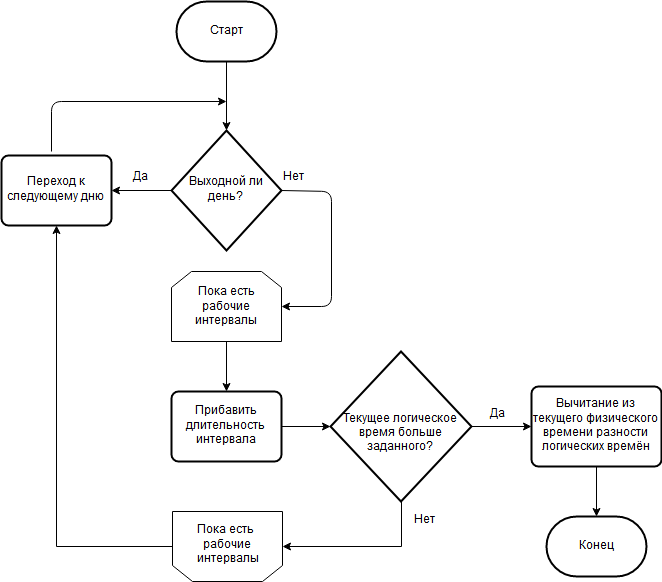
This is pics/scheduleSchema.png from BarneyXF/DiplodocusDeBulbasaur, a draw.io export, as it was before one commit. Source tidied: cells renumbered, new cells last; positions are measured from the earlier drawing's top-left corner, leaving out a move shared by most shapes.
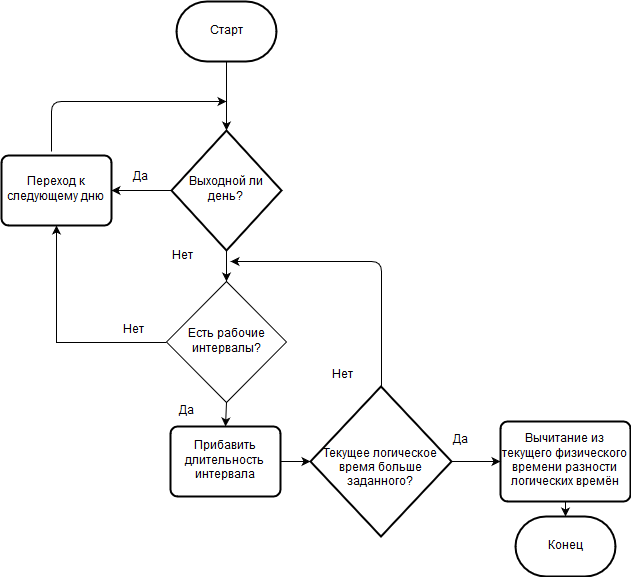
The same file after the commit.

The edit, as a diff of the source:
```diff
@@ -23,58 +23,33 @@
     <mxCell id="6" value="Да" style="text;html=1;align=left;verticalAlign=top;spacingTop=-4;" parent="1" vertex="1">
       <mxGeometry x="130" y="167" width="30" height="20" as="geometry" />
     </mxCell>
-    <mxCell id="7" style="endArrow=classic;html=1;exitX=1;exitY=0.5;exitDx=0;exitDy=0;exitPerimeter=0;entryX=1;entryY=0.5;entryDx=0;entryDy=0;" parent="1" edge="1" source="3" target="10">
-      <mxGeometry relative="1" as="geometry">
-        <Array as="points">
-          <mxPoint x="330" y="190" />
-          <mxPoint x="330" y="305" />
-        </Array>
-      </mxGeometry>
-    </mxCell>
     <mxCell id="8" value="Нет" style="text;html=1;align=left;verticalAlign=top;spacingTop=-4;" parent="1" vertex="1">
-      <mxGeometry x="280" y="167" width="40" height="20" as="geometry" />
+      <mxGeometry x="169" y="246" width="40" height="20" as="geometry" />
     </mxCell>
-    <mxCell id="9" style="edgeStyle=orthogonalEdgeStyle;rounded=0;jettySize=auto;html=1;exitX=0.5;exitY=1;exitDx=0;exitDy=0;entryX=0.5;entryY=0;entryDx=0;entryDy=0;" parent="1" edge="1" source="10" target="15">
-      <mxGeometry relative="1" as="geometry" />
-    </mxCell>
-    <mxCell id="10" value="Пока есть рабочие интервалы" style="shape=loopLimit;whiteSpace=wrap;html=1;" parent="1" vertex="1">
-      <mxGeometry x="170" y="270" width="110" height="70" as="geometry" />
-    </mxCell>
-    <mxCell id="11" style="edgeStyle=orthogonalEdgeStyle;rounded=0;jettySize=auto;html=1;exitX=0.5;exitY=1;exitDx=0;exitDy=0;exitPerimeter=0;entryX=0;entryY=0.5;entryDx=0;entryDy=0;" parent="1" edge="1" source="13" target="18">
-      <mxGeometry relative="1" as="geometry" />
-    </mxCell>
-    <mxCell id="12" style="edgeStyle=orthogonalEdgeStyle;rounded=0;jettySize=auto;html=1;exitX=1;exitY=0.5;exitDx=0;exitDy=0;exitPerimeter=0;" parent="1" edge="1" source="13" target="21">
-      <mxGeometry relative="1" as="geometry" />
-    </mxCell>
     <mxCell id="13" value="&lt;div&gt;&amp;nbsp;&lt;/div&gt;&lt;div&gt;Текущее логическое время больше заданного?&lt;/div&gt;" style="strokeWidth=2;html=1;shape=mxgraph.flowchart.decision;whiteSpace=wrap;" parent="1" vertex="1">
-      <mxGeometry x="329" y="350" width="141" height="150" as="geometry" />
+      <mxGeometry x="309" y="385" width="141" height="150" as="geometry" />
     </mxCell>
-    <mxCell id="14" style="edgeStyle=orthogonalEdgeStyle;rounded=0;jettySize=auto;html=1;exitX=1;exitY=0.5;exitDx=0;exitDy=0;entryX=0;entryY=0.5;entryDx=0;entryDy=0;entryPerimeter=0;" parent="1" edge="1" source="15" target="13">
-      <mxGeometry relative="1" as="geometry" />
-    </mxCell>
     <mxCell id="15" value="Прибавить длительность интервала" style="rounded=1;whiteSpace=wrap;html=1;absoluteArcSize=1;arcSize=14;strokeWidth=2;" parent="1" vertex="1">
-      <mxGeometry x="170" y="390" width="110" height="70" as="geometry" />
+      <mxGeometry x="169" y="425" width="110" height="70" as="geometry" />
     </mxCell>
     <mxCell id="16" value="Нет" style="text;html=1;align=left;verticalAlign=top;spacingTop=-4;" parent="1" vertex="1">
-      <mxGeometry x="411" y="510" width="40" height="20" as="geometry" />
+      <mxGeometry x="329" y="365" width="40" height="20" as="geometry" />
     </mxCell>
-    <mxCell id="17" style="edgeStyle=orthogonalEdgeStyle;rounded=0;jettySize=auto;html=1;exitX=1;exitY=0.5;exitDx=0;exitDy=0;entryX=0.5;entryY=1;entryDx=0;entryDy=0;" parent="1" edge="1" source="18" target="20">
-      <mxGeometry relative="1" as="geometry" />
+    <mxCell id="17" style="edgeStyle=orthogonalEdgeStyle;rounded=0;jettySize=auto;html=1;exitX=0;exitY=0.5;exitDx=0;exitDy=0;entryX=0.5;entryY=1;entryDx=0;entryDy=0;" parent="1" edge="1" source="27" target="20">
+      <mxGeometry relative="1" as="geometry">
+        <Array as="points">
+          <mxPoint x="55" y="341" />
+        </Array>
+      </mxGeometry>
     </mxCell>
-    <mxCell id="18" style="shape=loopLimit;whiteSpace=wrap;html=1;rotation=180;" parent="1" vertex="1">
-      <mxGeometry x="171" y="510" width="110" height="70" as="geometry" />
-    </mxCell>
-    <mxCell id="19" value="&lt;div&gt;Пока есть&lt;/div&gt;&lt;div&gt;&amp;nbsp; рабочие&lt;/div&gt;&lt;div&gt; интервалы&lt;/div&gt;" style="text;html=1;align=left;verticalAlign=top;spacingTop=-4;" parent="1" vertex="1">
-      <mxGeometry x="194" y="520" width="80" height="40" as="geometry" />
-    </mxCell>
     <mxCell id="20" value="Переход к следующему дню" style="rounded=1;whiteSpace=wrap;html=1;absoluteArcSize=1;arcSize=14;strokeWidth=2;" parent="1" vertex="1">
       <mxGeometry y="154" width="110" height="70" as="geometry" />
     </mxCell>
     <mxCell id="21" value="Вычитание из текущего физического времени разности логических времён" style="rounded=1;whiteSpace=wrap;html=1;absoluteArcSize=1;arcSize=14;strokeWidth=2;" parent="1" vertex="1">
-      <mxGeometry x="530" y="385" width="130" height="80" as="geometry" />
+      <mxGeometry x="499" y="420" width="130" height="80" as="geometry" />
     </mxCell>
     <mxCell id="22" value="Да" style="text;html=1;align=left;verticalAlign=top;spacingTop=-4;" parent="1" vertex="1">
-      <mxGeometry x="487" y="404" width="30" height="20" as="geometry" />
+      <mxGeometry x="450" y="430" width="30" height="20" as="geometry" />
     </mxCell>
     <mxCell id="23" style="edgeStyle=orthogonalEdgeStyle;rounded=0;jettySize=auto;html=1;" parent="1" edge="1" source="24" target="3">
       <mxGeometry relative="1" as="geometry" />
@@ -83,7 +58,36 @@
       <mxGeometry x="175" width="100" height="60" as="geometry" />
     </mxCell>
     <mxCell id="25" value="Конец" style="strokeWidth=2;html=1;shape=mxgraph.flowchart.terminator;whiteSpace=wrap;" parent="1" vertex="1">
-      <mxGeometry x="545" y="515" width="100" height="60" as="geometry" />
+      <mxGeometry x="514" y="515" width="100" height="60" as="geometry" />
     </mxCell>
+    <mxCell id="26" style="endArrow=classic;html=1;exitX=0.5;exitY=1;exitDx=0;exitDy=0;entryX=0.5;entryY=0;entryDx=0;entryDy=0;" parent="1" edge="1" source="27" target="15">
+      <mxGeometry relative="1" as="geometry" />
+    </mxCell>
+    <mxCell id="27" value="Есть рабочие интервалы?" style="rhombus;whiteSpace=wrap;html=1;" parent="1" vertex="1">
+      <mxGeometry x="165" y="280" width="120" height="121" as="geometry" />
+    </mxCell>
+    <mxCell id="28" style="endArrow=classic;html=1;exitX=0.5;exitY=1;exitDx=0;exitDy=0;exitPerimeter=0;entryX=0.5;entryY=0;entryDx=0;entryDy=0;" parent="1" edge="1" source="3" target="27">
+      <mxGeometry relative="1" as="geometry" />
+    </mxCell>
+    <mxCell id="29" value="Нет" style="text;html=1;align=left;verticalAlign=top;spacingTop=-4;" parent="1" vertex="1">
+      <mxGeometry x="120" y="320" width="40" height="20" as="geometry" />
+    </mxCell>
+    <mxCell id="30" value="Да" style="text;html=1;align=left;verticalAlign=top;spacingTop=-4;" parent="1" vertex="1">
+      <mxGeometry x="176" y="401" width="30" height="20" as="geometry" />
+    </mxCell>
+    <mxCell id="14" style="endArrow=classic;html=1;exitX=1;exitY=0.5;exitDx=0;exitDy=0;entryX=0;entryY=0.5;entryDx=0;entryDy=0;entryPerimeter=0;" parent="1" edge="1" source="15" target="13">
+      <mxGeometry relative="1" as="geometry" />
+    </mxCell>
+    <mxCell id="31" style="endArrow=classic;html=1;exitX=0.5;exitY=0;exitDx=0;exitDy=0;exitPerimeter=0;" parent="1" edge="1" source="13">
+      <mxGeometry relative="1" as="geometry">
+        <mxPoint x="229" y="260" as="targetPoint" />
+        <Array as="points">
+          <mxPoint x="380" y="260" />
+        </Array>
+      </mxGeometry>
+    </mxCell>
+    <mxCell id="12" style="endArrow=classic;html=1;exitX=1;exitY=0.5;exitDx=0;exitDy=0;exitPerimeter=0;entryX=0;entryY=0.5;entryDx=0;entryDy=0;" parent="1" edge="1" source="13" target="21">
+      <mxGeometry relative="1" as="geometry" />
+    </mxCell>
   </root>
 </mxGraphModel>
```
